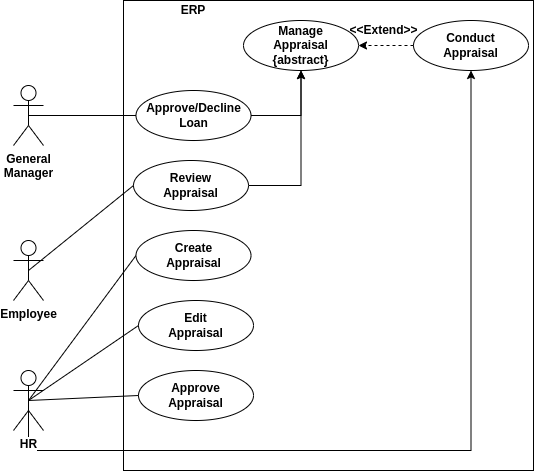
Earlier version of the draw.io export stadia/system-documentation/usecases/appraisal.drawio.png (Simonbelete/odoo-modules). Source tidied: cells renumbered, new cells last; positions are measured from the earlier drawing's top-left corner, leaving out a move shared by most shapes.
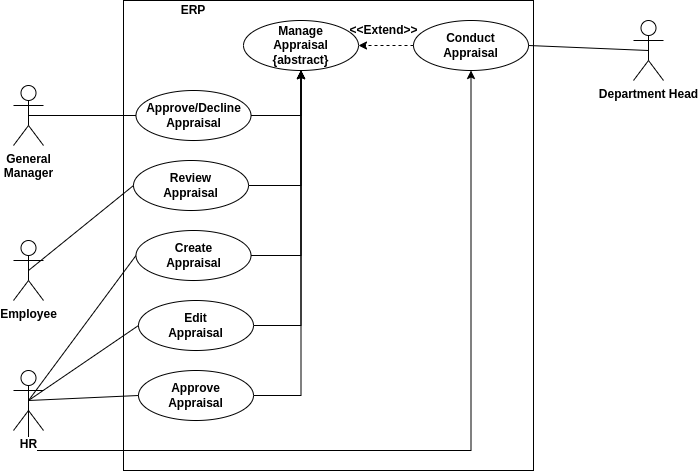
After the change.

The edit, as a diff of the source:
```diff
@@ -17,7 +17,7 @@
     <mxCell id="6" style="edgeStyle=orthogonalEdgeStyle;rounded=0;jettySize=auto;html=1;exitX=1;exitY=0.5;exitDx=0;exitDy=0;entryX=0.5;entryY=1;entryDx=0;entryDy=0;" parent="1" edge="1" source="7" target="5">
       <mxGeometry relative="1" as="geometry" />
     </mxCell>
-    <mxCell id="7" value="Approve/Decline&lt;br&gt;Loan" style="ellipse;whiteSpace=wrap;html=1;fontStyle=1;align=center;horizontal=1;labelBackgroundColor=none;labelBorderColor=none;shadow=0;" parent="1" vertex="1">
+    <mxCell id="7" value="Approve/Decline&lt;br&gt;Appraisal" style="ellipse;whiteSpace=wrap;html=1;fontStyle=1;align=center;horizontal=1;labelBackgroundColor=none;labelBorderColor=none;shadow=0;" parent="1" vertex="1">
       <mxGeometry x="122.5" y="90" width="115" height="50" as="geometry" />
     </mxCell>
     <mxCell id="8" style="edgeStyle=orthogonalEdgeStyle;rounded=0;jettySize=auto;html=1;exitX=1;exitY=0.5;exitDx=0;exitDy=0;entryX=0.5;entryY=1;entryDx=0;entryDy=0;" parent="1" edge="1" source="9" target="5">
@@ -49,12 +49,21 @@
     <mxCell id="15" style="edgeStyle=none;jettySize=auto;html=1;exitX=0.5;exitY=0.5;exitDx=0;exitDy=0;exitPerimeter=0;entryX=0;entryY=0.5;entryDx=0;entryDy=0;endArrow=none;" parent="1" edge="1" source="14" target="16">
       <mxGeometry relative="1" as="geometry" />
     </mxCell>
+    <mxCell id="23" style="edgeStyle=orthogonalEdgeStyle;rounded=0;jettySize=auto;html=1;exitX=1;exitY=0.5;exitDx=0;exitDy=0;entryX=0.5;entryY=1;entryDx=0;entryDy=0;" parent="1" edge="1" source="16" target="5">
+      <mxGeometry relative="1" as="geometry" />
+    </mxCell>
     <mxCell id="16" value="Create&lt;br&gt;Appraisal" style="ellipse;whiteSpace=wrap;html=1;fontStyle=1;align=center;horizontal=1;labelBackgroundColor=none;labelBorderColor=none;shadow=0;" parent="1" vertex="1">
       <mxGeometry x="122.5" y="230" width="115" height="50" as="geometry" />
     </mxCell>
+    <mxCell id="24" style="edgeStyle=orthogonalEdgeStyle;rounded=0;jettySize=auto;html=1;exitX=1;exitY=0.5;exitDx=0;exitDy=0;entryX=0.5;entryY=1;entryDx=0;entryDy=0;" parent="1" edge="1" source="17" target="5">
+      <mxGeometry relative="1" as="geometry" />
+    </mxCell>
     <mxCell id="17" value="Edit&lt;br&gt;Appraisal" style="ellipse;whiteSpace=wrap;html=1;fontStyle=1;align=center;horizontal=1;labelBackgroundColor=none;labelBorderColor=none;shadow=0;" parent="1" vertex="1">
       <mxGeometry x="125" y="300" width="115" height="50" as="geometry" />
     </mxCell>
+    <mxCell id="25" style="edgeStyle=orthogonalEdgeStyle;rounded=0;jettySize=auto;html=1;exitX=1;exitY=0.5;exitDx=0;exitDy=0;entryX=0.5;entryY=1;entryDx=0;entryDy=0;" parent="1" edge="1" source="18" target="5">
+      <mxGeometry relative="1" as="geometry" />
+    </mxCell>
     <mxCell id="18" value="Approve&lt;br&gt;Appraisal" style="ellipse;whiteSpace=wrap;html=1;fontStyle=1;align=center;horizontal=1;labelBackgroundColor=none;labelBorderColor=none;shadow=0;" parent="1" vertex="1">
       <mxGeometry x="125" y="370" width="115" height="50" as="geometry" />
     </mxCell>
@@ -70,5 +79,11 @@
     <mxCell id="22" value="&amp;lt;&amp;lt;Extend&amp;gt;&amp;gt;" style="html=1;verticalAlign=middle;fontSize=12;fontStyle=1;fillColor=#ffffff;labelBackgroundColor=none;labelBorderColor=none;dashed=1;entryX=1;entryY=0.5;entryDx=0;entryDy=0;exitX=0;exitY=0.5;exitDx=0;exitDy=0;" parent="1" edge="1" source="21" target="5">
       <mxGeometry x="0.09" y="-15" relative="1" as="geometry" />
     </mxCell>
+    <mxCell id="26" value="Department Head" style="shape=umlActor;verticalLabelPosition=bottom;labelBackgroundColor=#ffffff;verticalAlign=top;html=1;outlineConnect=0;fontStyle=1;" parent="1" vertex="1">
+      <mxGeometry x="620" y="20" width="30" height="60" as="geometry" />
+    </mxCell>
+    <mxCell id="27" style="edgeStyle=none;jettySize=auto;html=1;exitX=0.5;exitY=0.5;exitDx=0;exitDy=0;exitPerimeter=0;entryX=1;entryY=0.5;entryDx=0;entryDy=0;endArrow=none;" parent="1" edge="1" source="26" target="21">
+      <mxGeometry relative="1" as="geometry" />
+    </mxCell>
   </root>
 </mxGraphModel>
```
